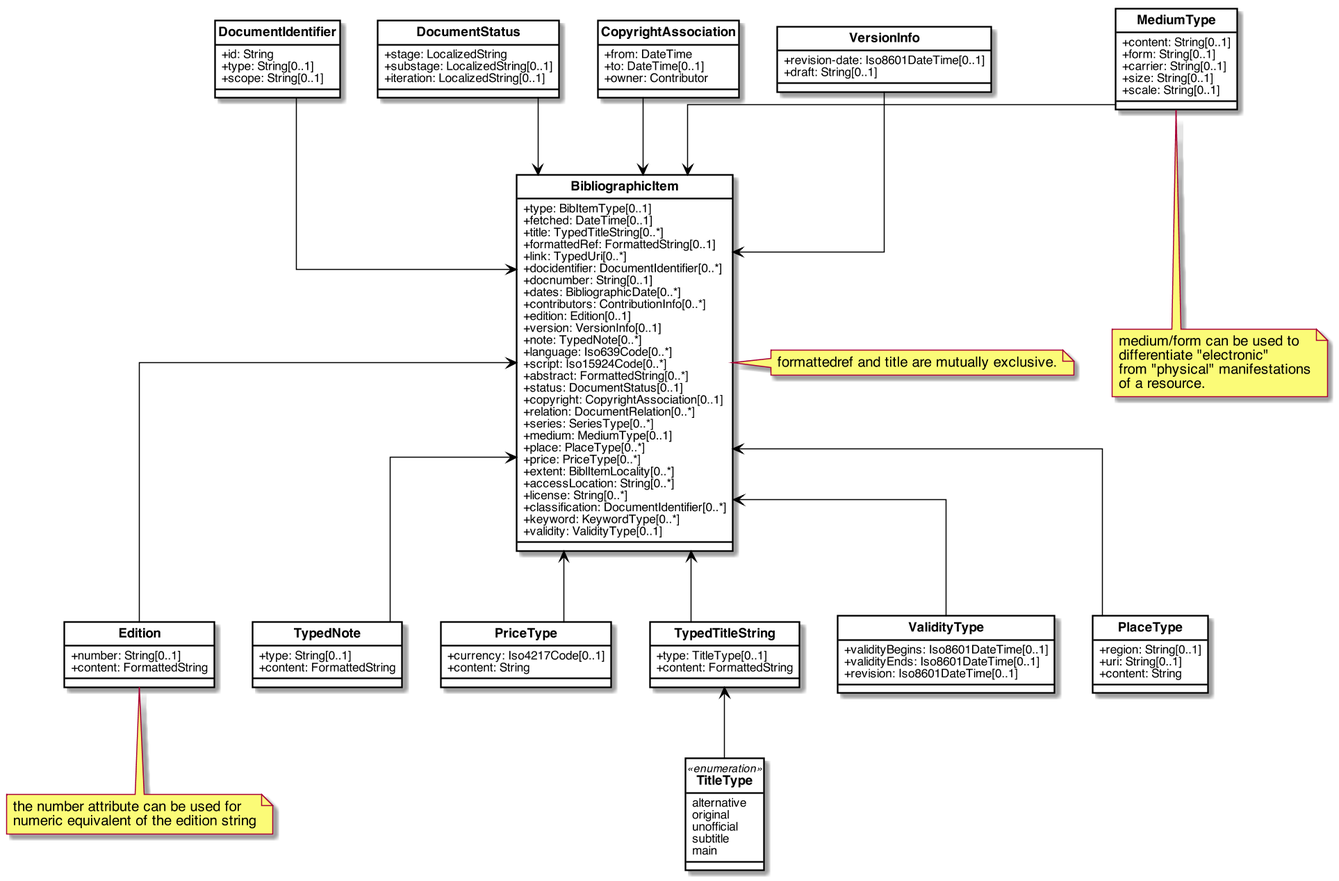
This is images/RelBib_BibliographicItem.png from relaton/relaton-models, a PlantUML export, as it was before one commit.
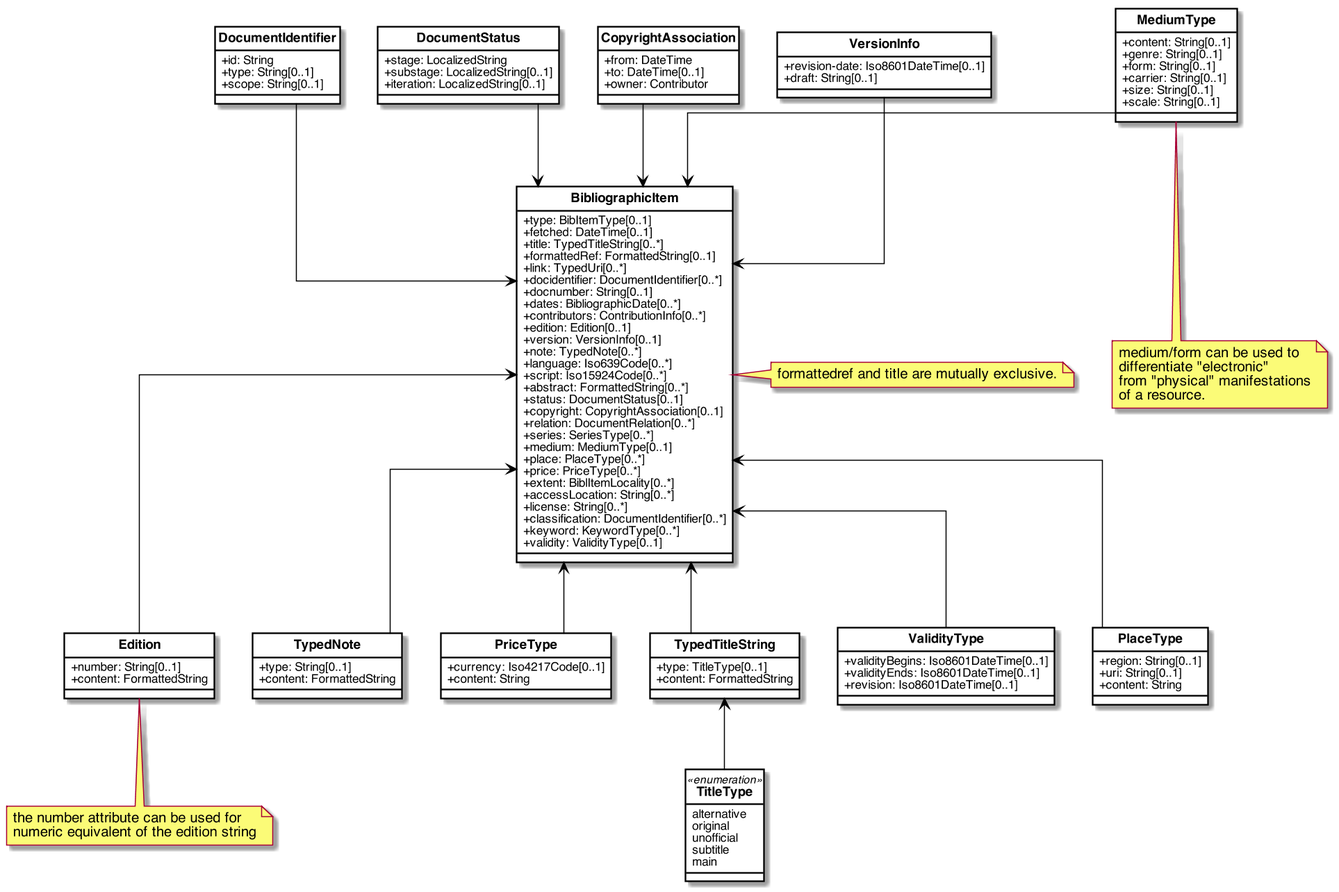
After the commit.

Commit message:
medium/genre

What changed in the source:
```diff
@@ -102,6 +102,7 @@
 
 class MediumType{
     +content: String[0..1]
+    +genre: String[0..1]
     +form: String[0..1]
     +carrier: String[0..1]
     +size: String[0..1]
```
